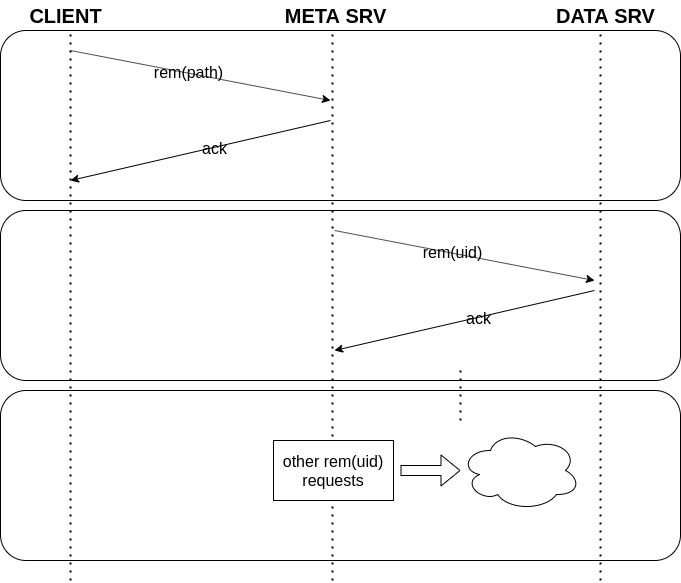
ale99WGiais/tesina_iot keeps this draw.io diagram as diagrams/requests/rem_request.png. Above is the earlier version. Source tidied: cells renumbered, new cells last; positions are measured from the earlier drawing's top-left corner, leaving out a move shared by most shapes.
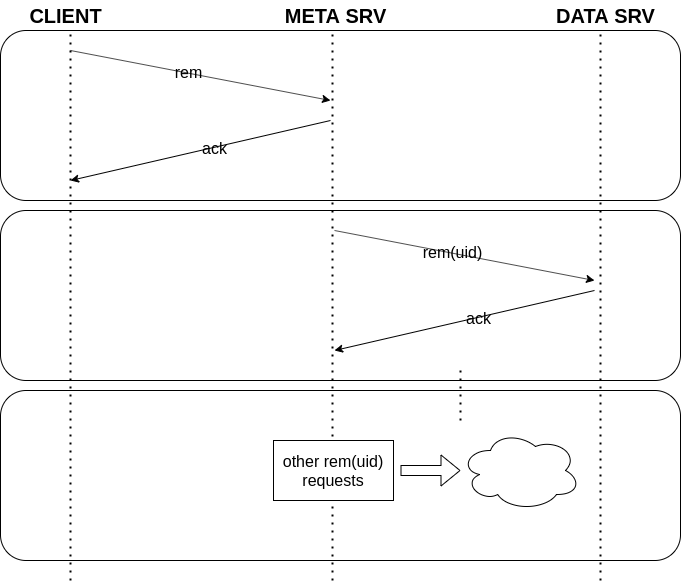
After the change.

Change to the diagram source:
```diff
@@ -32,7 +32,7 @@
         <mxPoint x="330" y="100" as="targetPoint" />
       </mxGeometry>
     </mxCell>
-    <mxCell id="10" value="rem(path)" style="edgeLabel;html=1;align=center;verticalAlign=middle;fontSize=16;" parent="9" vertex="1">
+    <mxCell id="10" value="rem" style="edgeLabel;html=1;align=center;verticalAlign=middle;fontSize=16;" parent="9" vertex="1">
       <mxGeometry x="-0.1" y="1" relative="1" as="geometry" />
     </mxCell>
     <mxCell id="11" style="endArrow=none;dashed=1;html=1;dashPattern=1 3;strokeWidth=2;fontSize=12;" parent="1" edge="1">
```
